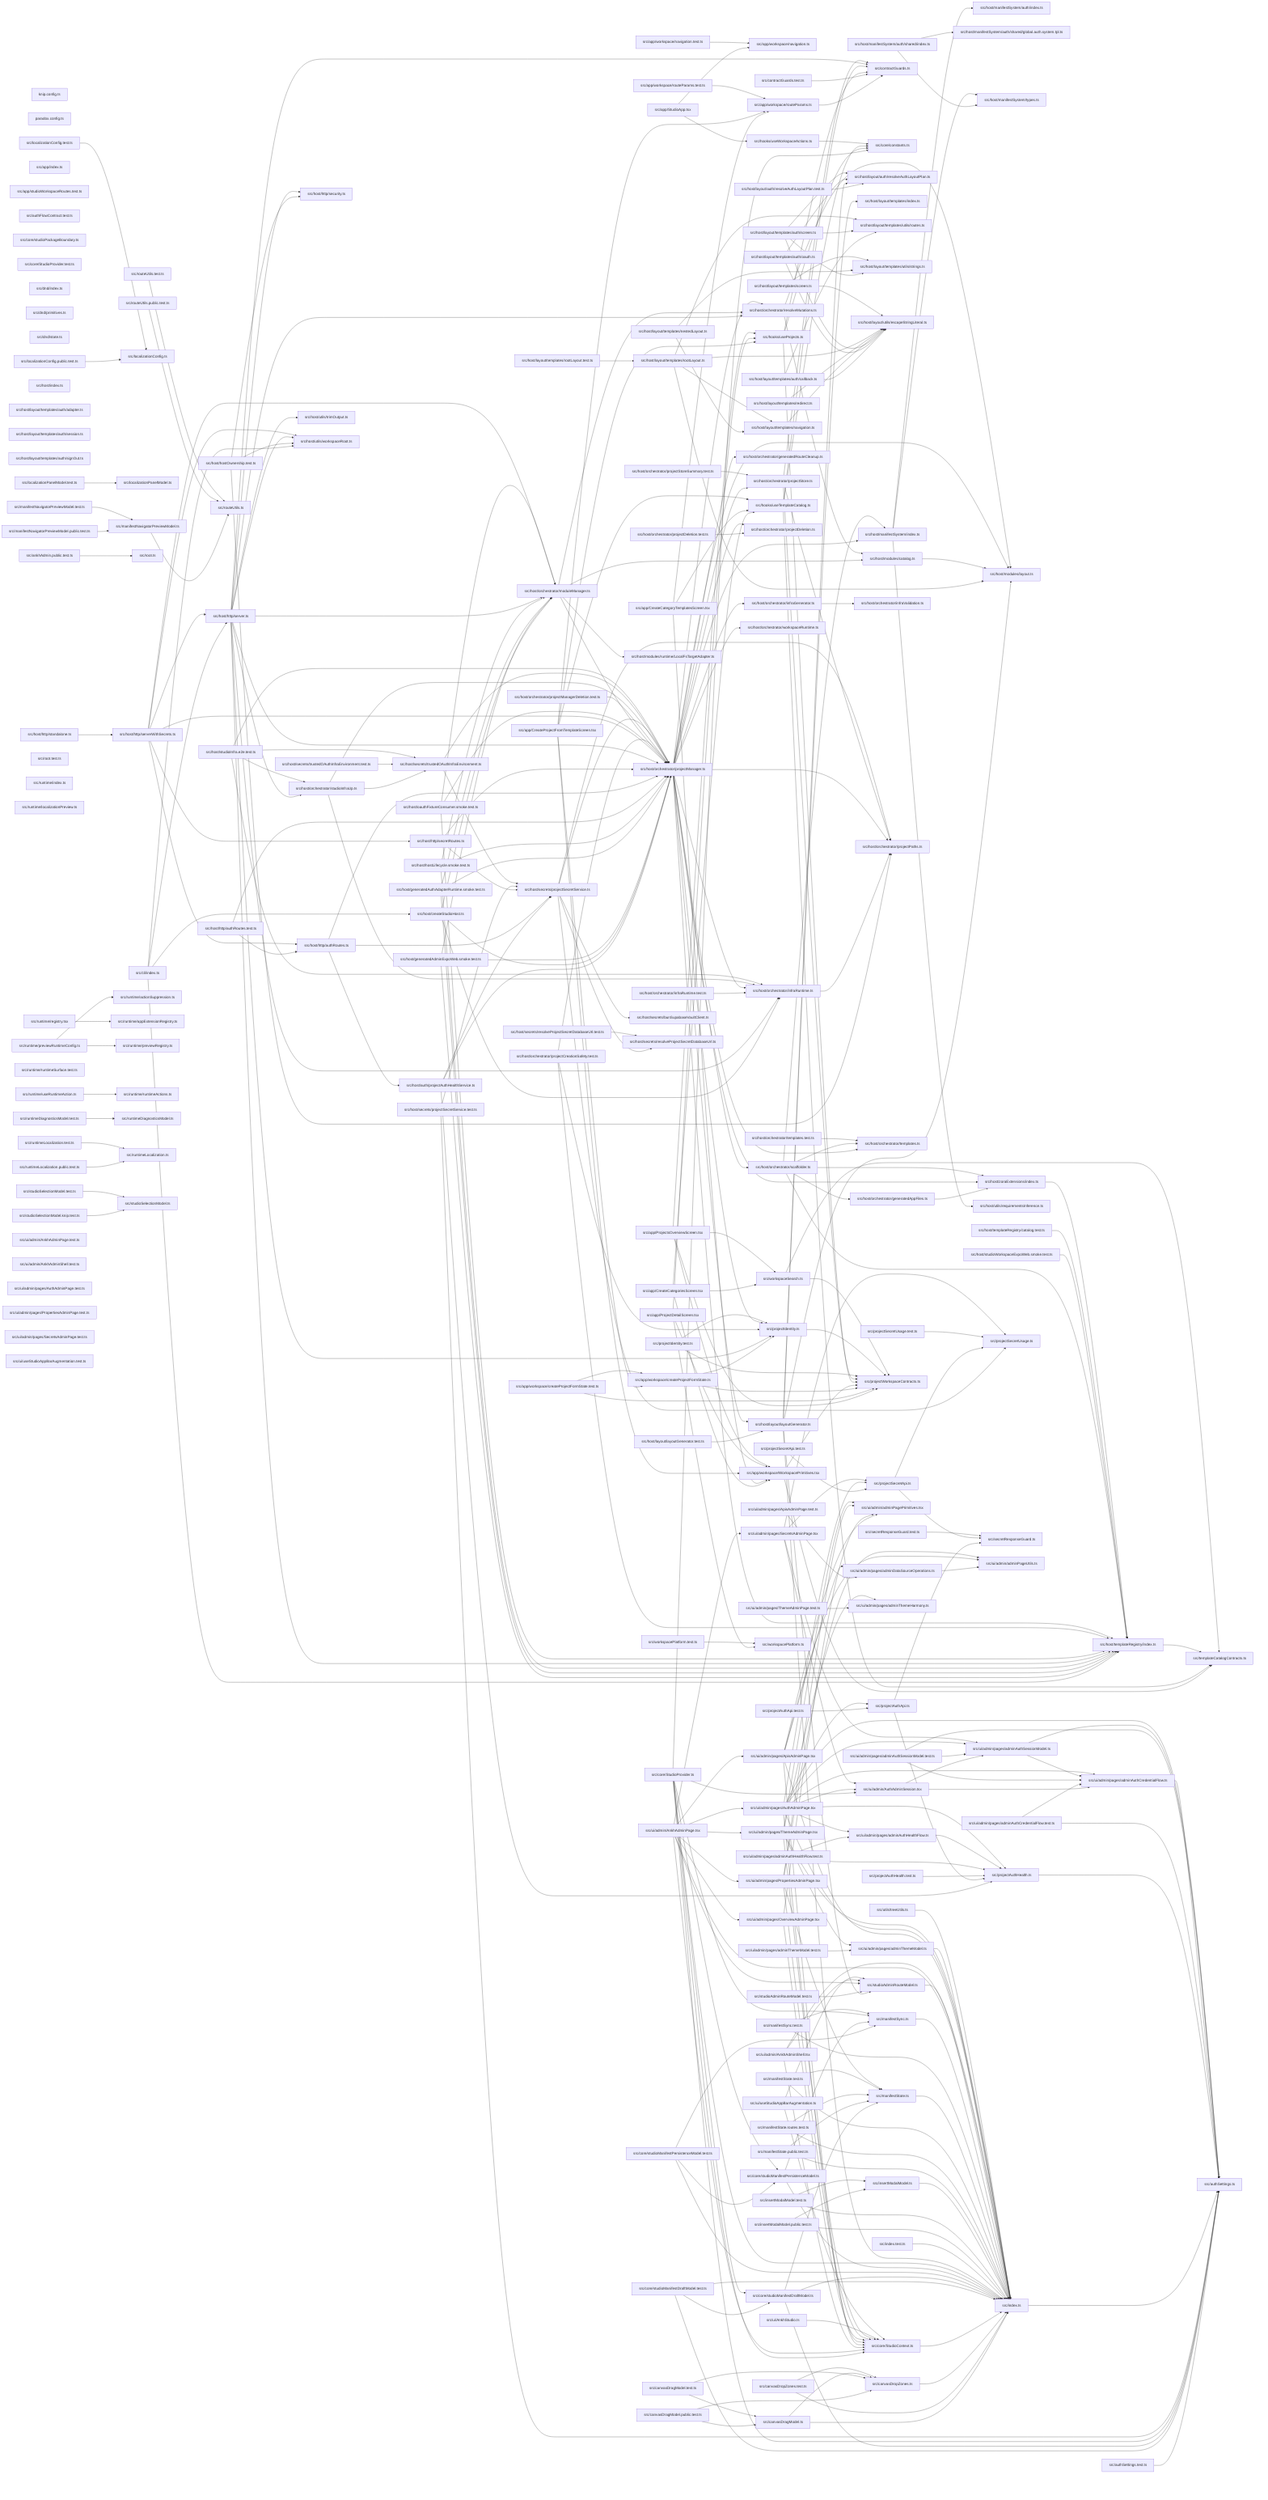
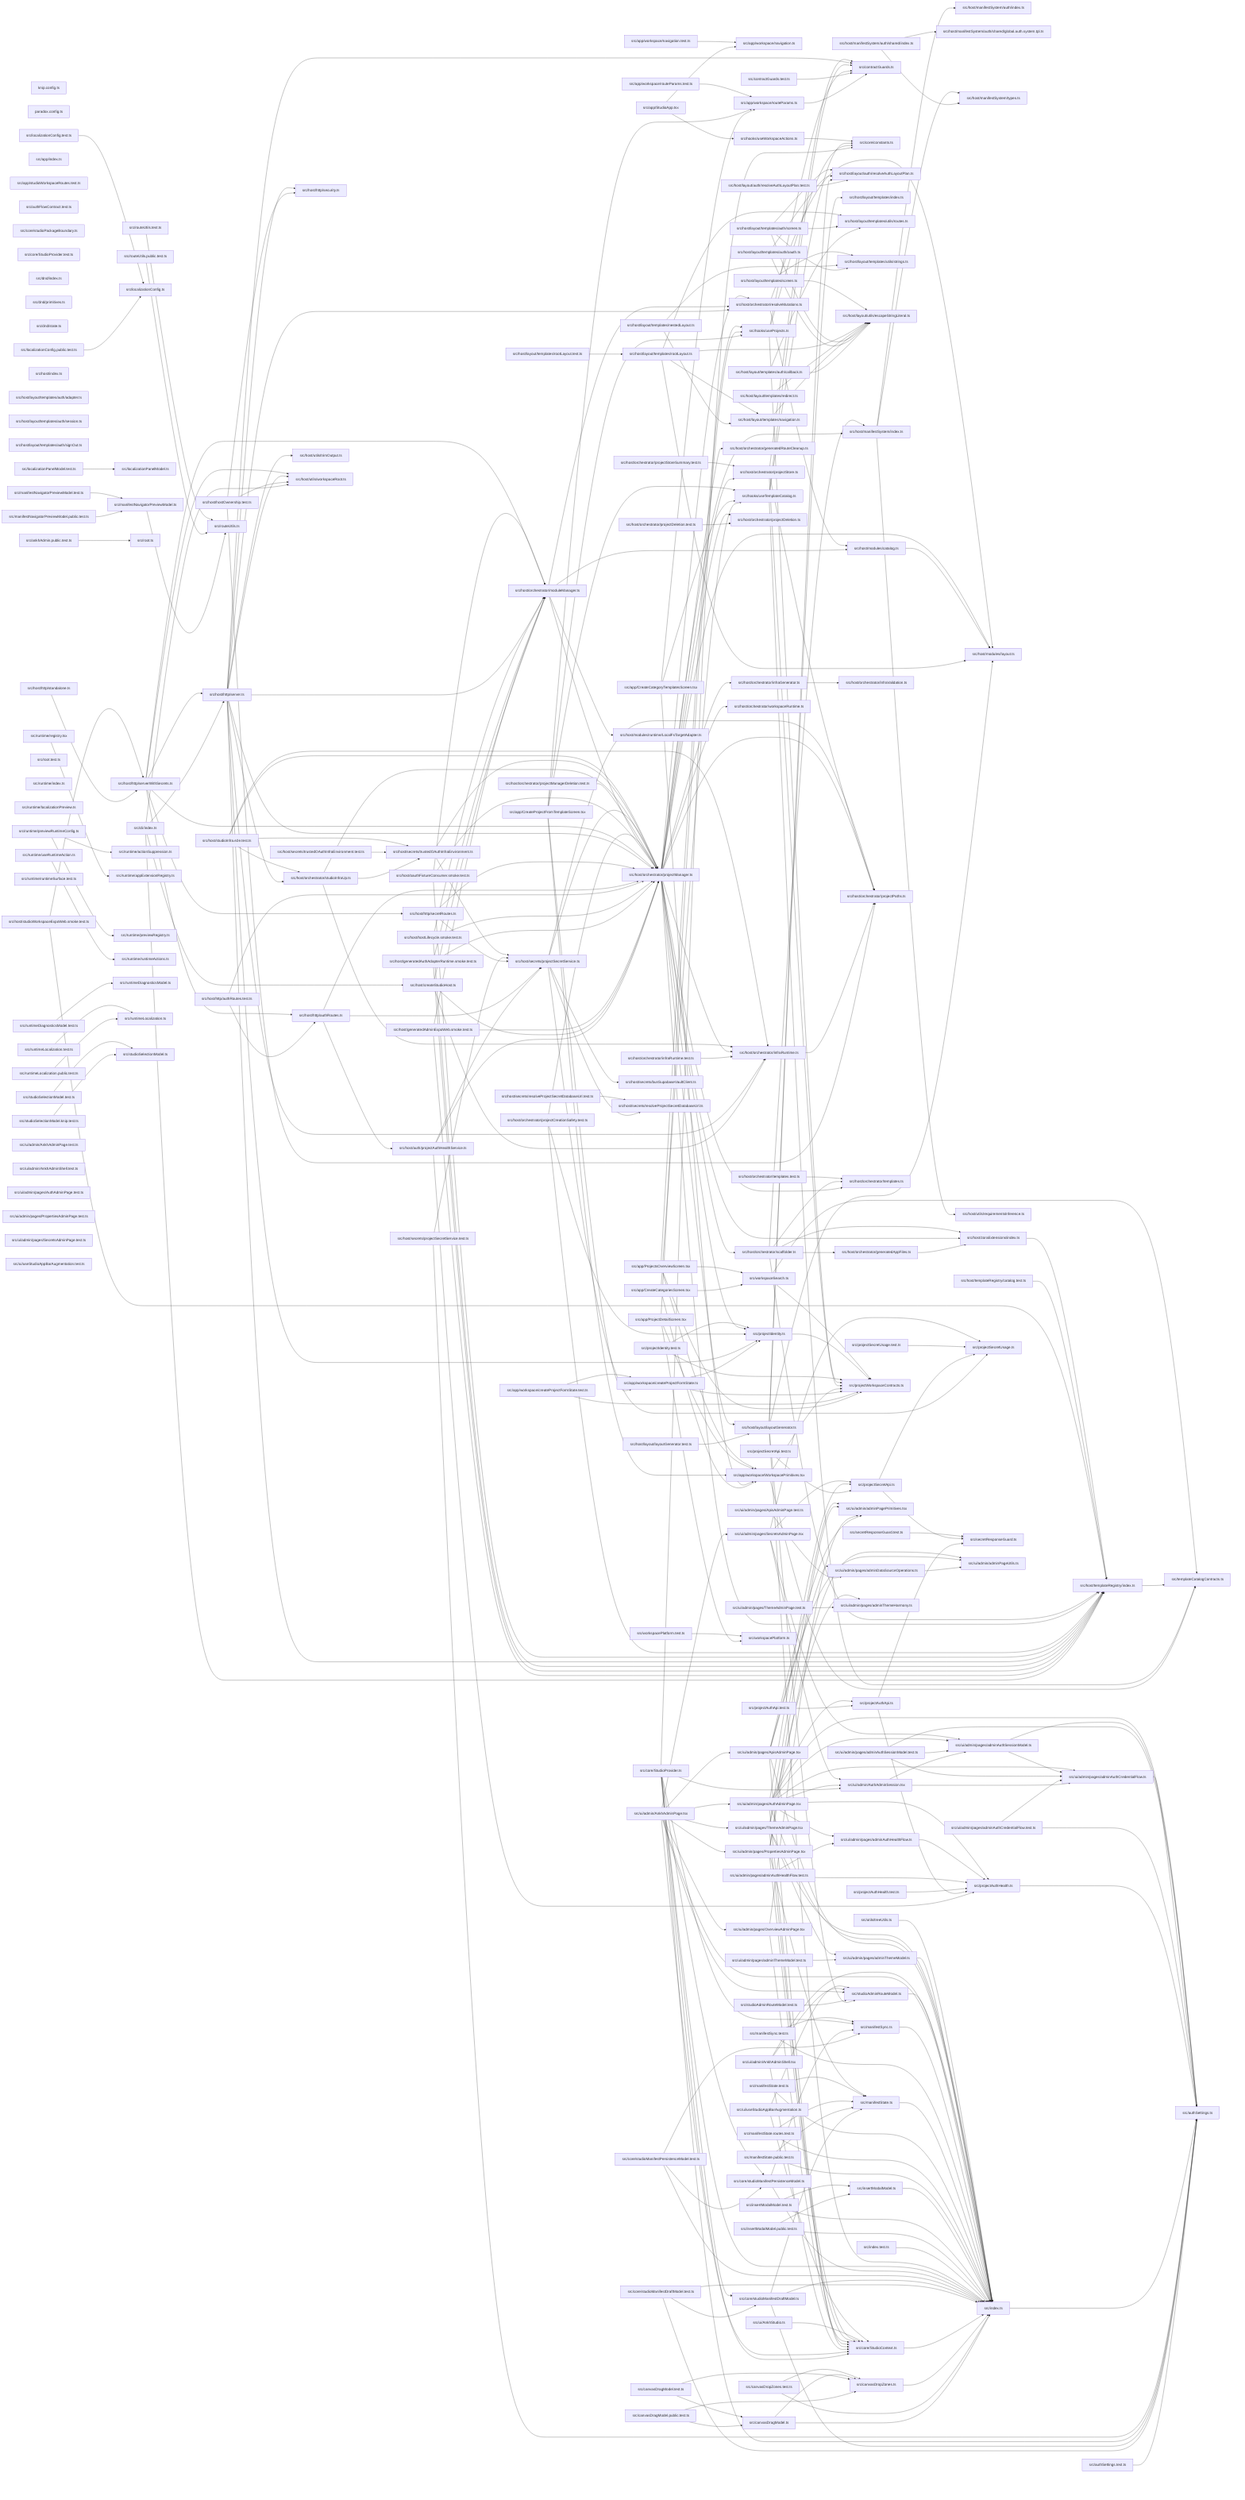
graph LR
  module_knip_config_ts["knip.config.ts"]
  module_paradox_config_ts["paradox.config.ts"]
  module_src_ankhAdmin_public_test_ts["src/ankhAdmin.public.test.ts"]
  module_src_app_CreateCategoriesScreen_tsx["src/app/CreateCategoriesScreen.tsx"]
  module_src_app_CreateCategoryTemplatesScreen_tsx["src/app/CreateCategoryTemplatesScreen.tsx"]
  module_src_app_CreateProjectFromTemplateScreen_tsx["src/app/CreateProjectFromTemplateScreen.tsx"]
  module_src_app_index_ts["src/app/index.ts"]
  module_src_app_ProjectDetailScreen_tsx["src/app/ProjectDetailScreen.tsx"]
  module_src_app_ProjectsOverviewScreen_tsx["src/app/ProjectsOverviewScreen.tsx"]
  module_src_app_StudioApp_tsx["src/app/StudioApp.tsx"]
  module_src_app_studioWorkspaceRoutes_test_ts["src/app/studioWorkspaceRoutes.test.ts"]
  module_src_app_workspace_createProjectFormState_test_ts["src/app/workspace/createProjectFormState.test.ts"]
  module_src_app_workspace_createProjectFormState_ts["src/app/workspace/createProjectFormState.ts"]
  module_src_app_workspace_navigation_test_ts["src/app/workspace/navigation.test.ts"]
  module_src_app_workspace_navigation_ts["src/app/workspace/navigation.ts"]
  module_src_app_workspace_routeParams_test_ts["src/app/workspace/routeParams.test.ts"]
  module_src_app_workspace_routeParams_ts["src/app/workspace/routeParams.ts"]
  module_src_app_workspace_WorkspacePrimitives_tsx["src/app/workspace/WorkspacePrimitives.tsx"]
  module_src_authFlowContract_test_ts["src/authFlowContract.test.ts"]
  module_src_authSettings_test_ts["src/authSettings.test.ts"]
  module_src_authSettings_ts["src/authSettings.ts"]
  module_src_canvasDragModel_public_test_ts["src/canvasDragModel.public.test.ts"]
  module_src_canvasDragModel_test_ts["src/canvasDragModel.test.ts"]
  module_src_canvasDragModel_ts["src/canvasDragModel.ts"]
  module_src_canvasDropZones_test_ts["src/canvasDropZones.test.ts"]
  module_src_canvasDropZones_ts["src/canvasDropZones.ts"]
  module_src_cli_index_ts["src/cli/index.ts"]
  module_src_contractGuards_test_ts["src/contractGuards.test.ts"]
  module_src_contractGuards_ts["src/contractGuards.ts"]
  module_src_core_constants_ts["src/core/constants.ts"]
  module_src_core_StudioContext_ts["src/core/StudioContext.ts"]
  module_src_core_studioManifestDraftModel_test_ts["src/core/studioManifestDraftModel.test.ts"]
  module_src_core_studioManifestDraftModel_ts["src/core/studioManifestDraftModel.ts"]
  module_src_core_studioManifestPersistenceModel_test_ts["src/core/studioManifestPersistenceModel.test.ts"]
  module_src_core_studioManifestPersistenceModel_ts["src/core/studioManifestPersistenceModel.ts"]
  module_src_core_studioPackageBoundary_ts["src/core/studioPackageBoundary.ts"]
  module_src_core_StudioProvider_test_ts["src/core/StudioProvider.test.ts"]
  module_src_core_StudioProvider_ts["src/core/StudioProvider.ts"]
  module_src_dnd_index_ts["src/dnd/index.ts"]
  module_src_dnd_primitives_ts["src/dnd/primitives.ts"]
  module_src_dnd_state_ts["src/dnd/state.ts"]
  module_src_hooks_useProjects_ts["src/hooks/useProjects.ts"]
  module_src_hooks_useTemplateCatalog_ts["src/hooks/useTemplateCatalog.ts"]
  module_src_hooks_useWorkspaceActions_ts["src/hooks/useWorkspaceActions.ts"]
  module_src_host_auth_projectAuthHealthService_ts["src/host/auth/projectAuthHealthService.ts"]
  module_src_host_createStudioHost_ts["src/host/createStudioHost.ts"]
  module_src_host_generatedAdminExpoWeb_smoke_test_ts["src/host/generatedAdminExpoWeb.smoke.test.ts"]
  module_src_host_generatedAuthAdapterRuntime_smoke_test_ts["src/host/generatedAuthAdapterRuntime.smoke.test.ts"]
  module_src_host_hostLifecycle_smoke_test_ts["src/host/hostLifecycle.smoke.test.ts"]
  module_src_host_hostOwnership_test_ts["src/host/hostOwnership.test.ts"]
  module_src_host_http_authRoutes_test_ts["src/host/http/authRoutes.test.ts"]
  module_src_host_http_authRoutes_ts["src/host/http/authRoutes.ts"]
  module_src_host_http_secretRoutes_ts["src/host/http/secretRoutes.ts"]
  module_src_host_http_security_ts["src/host/http/security.ts"]
  module_src_host_http_server_ts["src/host/http/server.ts"]
  module_src_host_http_serverWithSecrets_ts["src/host/http/serverWithSecrets.ts"]
  module_src_host_http_standalone_ts["src/host/http/standalone.ts"]
  module_src_host_index_ts["src/host/index.ts"]
  module_src_host_layout_auth_resolveAuthLayoutPlan_test_ts["src/host/layout/auth/resolveAuthLayoutPlan.test.ts"]
  module_src_host_layout_auth_resolveAuthLayoutPlan_ts["src/host/layout/auth/resolveAuthLayoutPlan.ts"]
  module_src_host_layout_layoutGenerator_test_ts["src/host/layout/layoutGenerator.test.ts"]
  module_src_host_layout_layoutGenerator_ts["src/host/layout/layoutGenerator.ts"]
  module_src_host_layout_templates_auth_adapter_ts["src/host/layout/templates/auth/adapter.ts"]
  module_src_host_layout_templates_auth_callback_ts["src/host/layout/templates/auth/callback.ts"]
  module_src_host_layout_templates_auth_oauth_ts["src/host/layout/templates/auth/oauth.ts"]
  module_src_host_layout_templates_auth_screen_ts["src/host/layout/templates/auth/screen.ts"]
  module_src_host_layout_templates_auth_session_ts["src/host/layout/templates/auth/session.ts"]
  module_src_host_layout_templates_auth_signOut_ts["src/host/layout/templates/auth/signOut.ts"]
  module_src_host_layout_templates_index_ts["src/host/layout/templates/index.ts"]
  module_src_host_layout_templates_navigation_ts["src/host/layout/templates/navigation.ts"]
  module_src_host_layout_templates_nestedLayout_ts["src/host/layout/templates/nestedLayout.ts"]
  module_src_host_layout_templates_redirect_ts["src/host/layout/templates/redirect.ts"]
  module_src_host_layout_templates_rootLayout_test_ts["src/host/layout/templates/rootLayout.test.ts"]
  module_src_host_layout_templates_rootLayout_ts["src/host/layout/templates/rootLayout.ts"]
  module_src_host_layout_templates_screen_ts["src/host/layout/templates/screen.ts"]
  module_src_host_layout_templates_utils_routes_ts["src/host/layout/templates/utils/routes.ts"]
  module_src_host_layout_templates_utils_strings_ts["src/host/layout/templates/utils/strings.ts"]
  module_src_host_layout_utils_escapeStringLiteral_ts["src/host/layout/utils/escapeStringLiteral.ts"]
  module_src_host_manifestSystem_auth_index_ts["src/host/manifestSystem/auth/index.ts"]
  module_src_host_manifestSystem_auth_shared_global_auth_system_tpl_ts["src/host/manifestSystem/auth/shared/global.auth.system.tpl.ts"]
  module_src_host_manifestSystem_auth_shared_index_ts["src/host/manifestSystem/auth/shared/index.ts"]
  module_src_host_manifestSystem_index_ts["src/host/manifestSystem/index.ts"]
  module_src_host_manifestSystem_types_ts["src/host/manifestSystem/types.ts"]
  module_src_host_modules_catalog_ts["src/host/modules/catalog.ts"]
  module_src_host_modules_layout_ts["src/host/modules/layout.ts"]
  module_src_host_modules_runtime_LocalFsTargetAdapter_ts["src/host/modules/runtime/LocalFsTargetAdapter.ts"]
  module_src_host_oauthFixtureConsumer_smoke_test_ts["src/host/oauthFixtureConsumer.smoke.test.ts"]
  module_src_host_orchestrator_generatedAppFiles_ts["src/host/orchestrator/generatedAppFiles.ts"]
  module_src_host_orchestrator_generatedRouteCleanup_ts["src/host/orchestrator/generatedRouteCleanup.ts"]
  module_src_host_orchestrator_infraGenerator_ts["src/host/orchestrator/infraGenerator.ts"]
  module_src_host_orchestrator_infraRuntime_test_ts["src/host/orchestrator/infraRuntime.test.ts"]
  module_src_host_orchestrator_infraRuntime_ts["src/host/orchestrator/infraRuntime.ts"]
  module_src_host_orchestrator_infraValidation_ts["src/host/orchestrator/infraValidation.ts"]
  module_src_host_orchestrator_moduleManager_ts["src/host/orchestrator/moduleManager.ts"]
  module_src_host_orchestrator_projectCreationSafety_test_ts["src/host/orchestrator/projectCreationSafety.test.ts"]
  module_src_host_orchestrator_projectDeletion_test_ts["src/host/orchestrator/projectDeletion.test.ts"]
  module_src_host_orchestrator_projectDeletion_ts["src/host/orchestrator/projectDeletion.ts"]
  module_src_host_orchestrator_projectManager_ts["src/host/orchestrator/projectManager.ts"]
  module_src_host_orchestrator_projectManagerDeletion_test_ts["src/host/orchestrator/projectManagerDeletion.test.ts"]
  module_src_host_orchestrator_projectPaths_ts["src/host/orchestrator/projectPaths.ts"]
  module_src_host_orchestrator_projectStore_ts["src/host/orchestrator/projectStore.ts"]
  module_src_host_orchestrator_projectStoreSummary_test_ts["src/host/orchestrator/projectStoreSummary.test.ts"]
  module_src_host_orchestrator_resolveMutations_ts["src/host/orchestrator/resolveMutations.ts"]
  module_src_host_orchestrator_scaffolder_ts["src/host/orchestrator/scaffolder.ts"]
  module_src_host_orchestrator_studioInfraUp_ts["src/host/orchestrator/studioInfraUp.ts"]
  module_src_host_orchestrator_templates_test_ts["src/host/orchestrator/templates.test.ts"]
  module_src_host_orchestrator_templates_ts["src/host/orchestrator/templates.ts"]
  module_src_host_orchestrator_workspaceRuntime_ts["src/host/orchestrator/workspaceRuntime.ts"]
  module_src_host_secrets_bunSupabaseVaultClient_ts["src/host/secrets/bunSupabaseVaultClient.ts"]
  module_src_host_secrets_projectSecretService_test_ts["src/host/secrets/projectSecretService.test.ts"]
  module_src_host_secrets_projectSecretService_ts["src/host/secrets/projectSecretService.ts"]
  module_src_host_secrets_resolveProjectSecretDatabaseUrl_test_ts["src/host/secrets/resolveProjectSecretDatabaseUrl.test.ts"]
  module_src_host_secrets_resolveProjectSecretDatabaseUrl_ts["src/host/secrets/resolveProjectSecretDatabaseUrl.ts"]
  module_src_host_secrets_trustedOAuthInfraEnvironment_test_ts["src/host/secrets/trustedOAuthInfraEnvironment.test.ts"]
  module_src_host_secrets_trustedOAuthInfraEnvironment_ts["src/host/secrets/trustedOAuthInfraEnvironment.ts"]
  module_src_host_studioInfra_e2e_test_ts["src/host/studioInfra.e2e.test.ts"]
  module_src_host_studioWorkspaceExpoWeb_smoke_test_ts["src/host/studioWorkspaceExpoWeb.smoke.test.ts"]
  module_src_host_templateRegistry_catalog_test_ts["src/host/templateRegistry/catalog.test.ts"]
  module_src_host_templateRegistry_index_ts["src/host/templateRegistry/index.ts"]
  module_src_host_utils_requirementsInference_ts["src/host/utils/requirementsInference.ts"]
  module_src_host_utils_trimOutput_ts["src/host/utils/trimOutput.ts"]
  module_src_host_utils_workspaceRoot_ts["src/host/utils/workspaceRoot.ts"]
  module_src_host_zoraExtensions_index_ts["src/host/zoraExtensions/index.ts"]
  module_src_index_test_ts["src/index.test.ts"]
  module_src_index_ts["src/index.ts"]
  module_src_insertModalModel_public_test_ts["src/insertModalModel.public.test.ts"]
  module_src_insertModalModel_test_ts["src/insertModalModel.test.ts"]
  module_src_insertModalModel_ts["src/insertModalModel.ts"]
  module_src_localizationConfig_public_test_ts["src/localizationConfig.public.test.ts"]
  module_src_localizationConfig_test_ts["src/localizationConfig.test.ts"]
  module_src_localizationConfig_ts["src/localizationConfig.ts"]
  module_src_localizationPanelModel_test_ts["src/localizationPanelModel.test.ts"]
  module_src_localizationPanelModel_ts["src/localizationPanelModel.ts"]
  module_src_manifestNavigatorPreviewModel_public_test_ts["src/manifestNavigatorPreviewModel.public.test.ts"]
  module_src_manifestNavigatorPreviewModel_test_ts["src/manifestNavigatorPreviewModel.test.ts"]
  module_src_manifestNavigatorPreviewModel_ts["src/manifestNavigatorPreviewModel.ts"]
  module_src_manifestState_public_test_ts["src/manifestState.public.test.ts"]
  module_src_manifestState_routes_test_ts["src/manifestState.routes.test.ts"]
  module_src_manifestState_test_ts["src/manifestState.test.ts"]
  module_src_manifestState_ts["src/manifestState.ts"]
  module_src_manifestSync_test_ts["src/manifestSync.test.ts"]
  module_src_manifestSync_ts["src/manifestSync.ts"]
  module_src_projectAuthApi_test_ts["src/projectAuthApi.test.ts"]
  module_src_projectAuthApi_ts["src/projectAuthApi.ts"]
  module_src_projectAuthHealth_test_ts["src/projectAuthHealth.test.ts"]
  module_src_projectAuthHealth_ts["src/projectAuthHealth.ts"]
  module_src_projectIdentity_test_ts["src/projectIdentity.test.ts"]
  module_src_projectIdentity_ts["src/projectIdentity.ts"]
  module_src_projectSecretApi_test_ts["src/projectSecretApi.test.ts"]
  module_src_projectSecretApi_ts["src/projectSecretApi.ts"]
  module_src_projectSecretUsage_test_ts["src/projectSecretUsage.test.ts"]
  module_src_projectSecretUsage_ts["src/projectSecretUsage.ts"]
  module_src_projectWorkspaceContracts_ts["src/projectWorkspaceContracts.ts"]
  module_src_root_test_ts["src/root.test.ts"]
  module_src_root_ts["src/root.ts"]
  module_src_routeUtils_public_test_ts["src/routeUtils.public.test.ts"]
  module_src_routeUtils_test_ts["src/routeUtils.test.ts"]
  module_src_routeUtils_ts["src/routeUtils.ts"]
  module_src_runtime_actionSuppression_ts["src/runtime/actionSuppression.ts"]
  module_src_runtime_appExtensionRegistry_ts["src/runtime/appExtensionRegistry.ts"]
  module_src_runtime_index_ts["src/runtime/index.ts"]
  module_src_runtime_localizationPreview_ts["src/runtime/localizationPreview.ts"]
  module_src_runtime_previewRegistry_ts["src/runtime/previewRegistry.ts"]
  module_src_runtime_previewRuntimeConfig_ts["src/runtime/previewRuntimeConfig.ts"]
  module_src_runtime_registry_tsx["src/runtime/registry.tsx"]
  module_src_runtime_runtimeActions_ts["src/runtime/runtimeActions.ts"]
  module_src_runtime_runtimeSurface_test_ts["src/runtime/runtimeSurface.test.ts"]
  module_src_runtime_useRuntimeAction_ts["src/runtime/useRuntimeAction.ts"]
  module_src_runtimeDiagnosticsModel_test_ts["src/runtimeDiagnosticsModel.test.ts"]
  module_src_runtimeDiagnosticsModel_ts["src/runtimeDiagnosticsModel.ts"]
  module_src_runtimeLocalization_public_test_ts["src/runtimeLocalization.public.test.ts"]
  module_src_runtimeLocalization_test_ts["src/runtimeLocalization.test.ts"]
  module_src_runtimeLocalization_ts["src/runtimeLocalization.ts"]
  module_src_secretResponseGuard_test_ts["src/secretResponseGuard.test.ts"]
  module_src_secretResponseGuard_ts["src/secretResponseGuard.ts"]
  module_src_studioAdminRouteModel_test_ts["src/studioAdminRouteModel.test.ts"]
  module_src_studioAdminRouteModel_ts["src/studioAdminRouteModel.ts"]
  module_src_studioSelectionModel_knip_test_ts["src/studioSelectionModel.knip.test.ts"]
  module_src_studioSelectionModel_test_ts["src/studioSelectionModel.test.ts"]
  module_src_studioSelectionModel_ts["src/studioSelectionModel.ts"]
  module_src_templateCatalogContracts_ts["src/templateCatalogContracts.ts"]
  module_src_ui_admin_adminPagePrimitives_tsx["src/ui/admin/adminPagePrimitives.tsx"]
  module_src_ui_admin_adminPageUtils_ts["src/ui/admin/adminPageUtils.ts"]
  module_src_ui_admin_AnkhAdminPage_test_ts["src/ui/admin/AnkhAdminPage.test.ts"]
  module_src_ui_admin_AnkhAdminPage_tsx["src/ui/admin/AnkhAdminPage.tsx"]
  module_src_ui_admin_AnkhAdminShell_test_ts["src/ui/admin/AnkhAdminShell.test.ts"]
  module_src_ui_admin_AnkhAdminShell_tsx["src/ui/admin/AnkhAdminShell.tsx"]
  module_src_ui_admin_AuthAdminSession_tsx["src/ui/admin/AuthAdminSession.tsx"]
  module_src_ui_admin_pages_adminAuthCredentialFlow_test_ts["src/ui/admin/pages/adminAuthCredentialFlow.test.ts"]
  module_src_ui_admin_pages_adminAuthCredentialFlow_ts["src/ui/admin/pages/adminAuthCredentialFlow.ts"]
  module_src_ui_admin_pages_adminAuthHealthFlow_test_ts["src/ui/admin/pages/adminAuthHealthFlow.test.ts"]
  module_src_ui_admin_pages_adminAuthHealthFlow_ts["src/ui/admin/pages/adminAuthHealthFlow.ts"]
  module_src_ui_admin_pages_adminAuthSessionModel_test_ts["src/ui/admin/pages/adminAuthSessionModel.test.ts"]
  module_src_ui_admin_pages_adminAuthSessionModel_ts["src/ui/admin/pages/adminAuthSessionModel.ts"]
  module_src_ui_admin_pages_adminDataSourceOperations_ts["src/ui/admin/pages/adminDataSourceOperations.ts"]
  module_src_ui_admin_pages_adminThemeHarmony_ts["src/ui/admin/pages/adminThemeHarmony.ts"]
  module_src_ui_admin_pages_adminThemeModel_test_ts["src/ui/admin/pages/adminThemeModel.test.ts"]
  module_src_ui_admin_pages_adminThemeModel_ts["src/ui/admin/pages/adminThemeModel.ts"]
  module_src_ui_admin_pages_ApisAdminPage_test_ts["src/ui/admin/pages/ApisAdminPage.test.ts"]
  module_src_ui_admin_pages_ApisAdminPage_tsx["src/ui/admin/pages/ApisAdminPage.tsx"]
  module_src_ui_admin_pages_AuthAdminPage_test_ts["src/ui/admin/pages/AuthAdminPage.test.ts"]
  module_src_ui_admin_pages_AuthAdminPage_tsx["src/ui/admin/pages/AuthAdminPage.tsx"]
  module_src_ui_admin_pages_OverviewAdminPage_tsx["src/ui/admin/pages/OverviewAdminPage.tsx"]
  module_src_ui_admin_pages_PropertiesAdminPage_test_ts["src/ui/admin/pages/PropertiesAdminPage.test.ts"]
  module_src_ui_admin_pages_PropertiesAdminPage_tsx["src/ui/admin/pages/PropertiesAdminPage.tsx"]
  module_src_ui_admin_pages_SecretsAdminPage_test_ts["src/ui/admin/pages/SecretsAdminPage.test.ts"]
  module_src_ui_admin_pages_SecretsAdminPage_tsx["src/ui/admin/pages/SecretsAdminPage.tsx"]
  module_src_ui_admin_pages_ThemeAdminPage_test_ts["src/ui/admin/pages/ThemeAdminPage.test.ts"]
  module_src_ui_admin_pages_ThemeAdminPage_tsx["src/ui/admin/pages/ThemeAdminPage.tsx"]
  module_src_ui_AnkhStudio_ts["src/ui/AnkhStudio.ts"]
  module_src_ui_useStudioAppBarAugmentation_test_ts["src/ui/useStudioAppBarAugmentation.test.ts"]
  module_src_ui_useStudioAppBarAugmentation_ts["src/ui/useStudioAppBarAugmentation.ts"]
  module_src_utils_treeUtils_ts["src/utils/treeUtils.ts"]
  module_src_workspacePlatform_test_ts["src/workspacePlatform.test.ts"]
  module_src_workspacePlatform_ts["src/workspacePlatform.ts"]
  module_src_workspaceSearch_ts["src/workspaceSearch.ts"]
  module_src_ankhAdmin_public_test_ts --> module_src_root_ts
  module_src_app_CreateCategoriesScreen_tsx --> module_src_app_workspace_WorkspacePrimitives_tsx
  module_src_app_CreateCategoriesScreen_tsx --> module_src_hooks_useTemplateCatalog_ts
  module_src_app_CreateCategoriesScreen_tsx --> module_src_workspaceSearch_ts
  module_src_app_CreateCategoryTemplatesScreen_tsx --> module_src_app_workspace_routeParams_ts
  module_src_app_CreateCategoryTemplatesScreen_tsx --> module_src_app_workspace_WorkspacePrimitives_tsx
  module_src_app_CreateCategoryTemplatesScreen_tsx --> module_src_hooks_useTemplateCatalog_ts
  module_src_app_CreateProjectFromTemplateScreen_tsx --> module_src_app_workspace_createProjectFormState_ts
  module_src_app_CreateProjectFromTemplateScreen_tsx --> module_src_app_workspace_routeParams_ts
  module_src_app_CreateProjectFromTemplateScreen_tsx --> module_src_app_workspace_WorkspacePrimitives_tsx
  module_src_app_CreateProjectFromTemplateScreen_tsx --> module_src_hooks_useProjects_ts
  module_src_app_CreateProjectFromTemplateScreen_tsx --> module_src_hooks_useTemplateCatalog_ts
  module_src_app_ProjectDetailScreen_tsx --> module_src_app_workspace_WorkspacePrimitives_tsx
  module_src_app_ProjectDetailScreen_tsx --> module_src_hooks_useProjects_ts
  module_src_app_ProjectDetailScreen_tsx --> module_src_workspacePlatform_ts
  module_src_app_ProjectsOverviewScreen_tsx --> module_src_app_workspace_WorkspacePrimitives_tsx
  module_src_app_ProjectsOverviewScreen_tsx --> module_src_hooks_useProjects_ts
  module_src_app_ProjectsOverviewScreen_tsx --> module_src_projectWorkspaceContracts_ts
  module_src_app_ProjectsOverviewScreen_tsx --> module_src_workspaceSearch_ts
  module_src_app_StudioApp_tsx --> module_src_app_workspace_navigation_ts
  module_src_app_StudioApp_tsx --> module_src_hooks_useWorkspaceActions_ts
  module_src_app_workspace_createProjectFormState_test_ts --> module_src_app_workspace_createProjectFormState_ts
  module_src_app_workspace_createProjectFormState_test_ts --> module_src_projectWorkspaceContracts_ts
  module_src_app_workspace_createProjectFormState_ts --> module_src_projectIdentity_ts
  module_src_app_workspace_createProjectFormState_ts --> module_src_projectWorkspaceContracts_ts
  module_src_app_workspace_navigation_test_ts --> module_src_app_workspace_navigation_ts
  module_src_app_workspace_routeParams_test_ts --> module_src_app_workspace_routeParams_ts
  module_src_app_workspace_routeParams_ts --> module_src_contractGuards_ts
  module_src_app_workspace_WorkspacePrimitives_tsx --> module_src_projectWorkspaceContracts_ts
  module_src_app_workspace_WorkspacePrimitives_tsx --> module_src_templateCatalogContracts_ts
  module_src_authSettings_test_ts --> module_src_authSettings_ts
  module_src_canvasDragModel_public_test_ts --> module_src_canvasDragModel_ts
  module_src_canvasDragModel_public_test_ts --> module_src_canvasDropZones_ts
  module_src_canvasDragModel_test_ts --> module_src_canvasDragModel_ts
  module_src_canvasDragModel_test_ts --> module_src_canvasDropZones_ts
  module_src_canvasDragModel_ts --> module_src_canvasDropZones_ts
  module_src_canvasDragModel_ts --> module_src_index_ts
  module_src_canvasDropZones_test_ts --> module_src_canvasDropZones_ts
  module_src_canvasDropZones_test_ts --> module_src_index_ts
  module_src_canvasDropZones_ts --> module_src_index_ts
  module_src_cli_index_ts --> module_src_host_createStudioHost_ts
  module_src_cli_index_ts --> module_src_host_http_server_ts
  module_src_cli_index_ts --> module_src_host_templateRegistry_index_ts
  module_src_cli_index_ts --> module_src_host_utils_workspaceRoot_ts
  module_src_contractGuards_test_ts --> module_src_contractGuards_ts
  module_src_core_StudioContext_ts --> module_src_index_ts
  module_src_core_studioManifestDraftModel_test_ts --> module_src_authSettings_ts
  module_src_core_studioManifestDraftModel_test_ts --> module_src_core_studioManifestDraftModel_ts
  module_src_core_studioManifestDraftModel_test_ts --> module_src_index_ts
  module_src_core_studioManifestDraftModel_ts --> module_src_authSettings_ts
  module_src_core_studioManifestDraftModel_ts --> module_src_index_ts
  module_src_core_studioManifestDraftModel_ts --> module_src_manifestState_ts
  module_src_core_studioManifestPersistenceModel_test_ts --> module_src_core_studioManifestPersistenceModel_ts
  module_src_core_studioManifestPersistenceModel_test_ts --> module_src_index_ts
  module_src_core_studioManifestPersistenceModel_test_ts --> module_src_manifestSync_ts
  module_src_core_studioManifestPersistenceModel_ts --> module_src_index_ts
  module_src_core_studioManifestPersistenceModel_ts --> module_src_manifestSync_ts
  module_src_core_StudioProvider_ts --> module_src_authSettings_ts
  module_src_core_StudioProvider_ts --> module_src_core_constants_ts
  module_src_core_StudioProvider_ts --> module_src_core_StudioContext_ts
  module_src_core_StudioProvider_ts --> module_src_core_studioManifestDraftModel_ts
  module_src_core_StudioProvider_ts --> module_src_core_studioManifestPersistenceModel_ts
  module_src_core_StudioProvider_ts --> module_src_index_ts
  module_src_core_StudioProvider_ts --> module_src_manifestSync_ts
  module_src_core_StudioProvider_ts --> module_src_ui_admin_AuthAdminSession_tsx
  module_src_hooks_useProjects_ts --> module_src_contractGuards_ts
  module_src_hooks_useProjects_ts --> module_src_core_constants_ts
  module_src_hooks_useProjects_ts --> module_src_projectWorkspaceContracts_ts
  module_src_hooks_useTemplateCatalog_ts --> module_src_contractGuards_ts
  module_src_hooks_useTemplateCatalog_ts --> module_src_core_constants_ts
  module_src_hooks_useTemplateCatalog_ts --> module_src_templateCatalogContracts_ts
  module_src_hooks_useWorkspaceActions_ts --> module_src_core_constants_ts
  module_src_host_auth_projectAuthHealthService_ts --> module_src_host_orchestrator_projectManager_ts
  module_src_host_auth_projectAuthHealthService_ts --> module_src_host_secrets_projectSecretService_ts
  module_src_host_auth_projectAuthHealthService_ts --> module_src_projectAuthHealth_ts
  module_src_host_createStudioHost_ts --> module_src_host_orchestrator_infraRuntime_ts
  module_src_host_createStudioHost_ts --> module_src_host_orchestrator_moduleManager_ts
  module_src_host_createStudioHost_ts --> module_src_host_orchestrator_projectManager_ts
  module_src_host_generatedAdminExpoWeb_smoke_test_ts --> module_src_host_orchestrator_moduleManager_ts
  module_src_host_generatedAdminExpoWeb_smoke_test_ts --> module_src_host_orchestrator_projectManager_ts
  module_src_host_generatedAdminExpoWeb_smoke_test_ts --> module_src_host_templateRegistry_index_ts
  module_src_host_generatedAuthAdapterRuntime_smoke_test_ts --> module_src_host_orchestrator_moduleManager_ts
  module_src_host_generatedAuthAdapterRuntime_smoke_test_ts --> module_src_host_orchestrator_projectManager_ts
  module_src_host_generatedAuthAdapterRuntime_smoke_test_ts --> module_src_host_templateRegistry_index_ts
  module_src_host_hostLifecycle_smoke_test_ts --> module_src_host_orchestrator_moduleManager_ts
  module_src_host_hostLifecycle_smoke_test_ts --> module_src_host_orchestrator_projectManager_ts
  module_src_host_hostLifecycle_smoke_test_ts --> module_src_host_templateRegistry_index_ts
  module_src_host_hostOwnership_test_ts --> module_src_host_http_security_ts
  module_src_host_hostOwnership_test_ts --> module_src_host_orchestrator_projectPaths_ts
  module_src_host_hostOwnership_test_ts --> module_src_host_utils_workspaceRoot_ts
  module_src_host_http_authRoutes_test_ts --> module_src_host_http_authRoutes_ts
  module_src_host_http_authRoutes_test_ts --> module_src_host_orchestrator_projectManager_ts
  module_src_host_http_authRoutes_ts --> module_src_host_auth_projectAuthHealthService_ts
  module_src_host_http_authRoutes_ts --> module_src_host_orchestrator_projectManager_ts
  module_src_host_http_authRoutes_ts --> module_src_host_secrets_projectSecretService_ts
  module_src_host_http_secretRoutes_ts --> module_src_host_orchestrator_projectManager_ts
  module_src_host_http_secretRoutes_ts --> module_src_host_secrets_projectSecretService_ts
  module_src_host_http_server_ts --> module_src_contractGuards_ts
  module_src_host_http_server_ts --> module_src_host_http_security_ts
  module_src_host_http_server_ts --> module_src_host_orchestrator_infraRuntime_ts
  module_src_host_http_server_ts --> module_src_host_orchestrator_moduleManager_ts
  module_src_host_http_server_ts --> module_src_host_orchestrator_projectManager_ts
  module_src_host_http_server_ts --> module_src_host_orchestrator_resolveMutations_ts
  module_src_host_http_server_ts --> module_src_host_orchestrator_studioInfraUp_ts
  module_src_host_http_server_ts --> module_src_host_templateRegistry_index_ts
  module_src_host_http_server_ts --> module_src_host_utils_trimOutput_ts
  module_src_host_http_server_ts --> module_src_host_utils_workspaceRoot_ts
  module_src_host_http_server_ts --> module_src_projectIdentity_ts
  module_src_host_http_serverWithSecrets_ts --> module_src_host_http_authRoutes_ts
  module_src_host_http_serverWithSecrets_ts --> module_src_host_http_secretRoutes_ts
  module_src_host_http_serverWithSecrets_ts --> module_src_host_http_server_ts
  module_src_host_http_serverWithSecrets_ts --> module_src_host_orchestrator_moduleManager_ts
  module_src_host_http_serverWithSecrets_ts --> module_src_host_orchestrator_projectManager_ts
  module_src_host_http_serverWithSecrets_ts --> module_src_host_utils_workspaceRoot_ts
  module_src_host_http_standalone_ts --> module_src_host_http_serverWithSecrets_ts
  module_src_host_layout_auth_resolveAuthLayoutPlan_test_ts --> module_src_host_layout_auth_resolveAuthLayoutPlan_ts
  module_src_host_layout_layoutGenerator_test_ts --> module_src_host_layout_layoutGenerator_ts
  module_src_host_layout_layoutGenerator_ts --> module_src_host_layout_auth_resolveAuthLayoutPlan_ts
  module_src_host_layout_layoutGenerator_ts --> module_src_host_layout_templates_index_ts
  module_src_host_layout_layoutGenerator_ts --> module_src_host_modules_layout_ts
  module_src_host_layout_layoutGenerator_ts --> module_src_index_ts
  module_src_host_layout_layoutGenerator_ts --> module_src_studioAdminRouteModel_ts
  module_src_host_layout_templates_auth_callback_ts --> module_src_host_layout_templates_utils_routes_ts
  module_src_host_layout_templates_auth_callback_ts --> module_src_host_layout_utils_escapeStringLiteral_ts
  module_src_host_layout_templates_auth_oauth_ts --> module_src_host_layout_auth_resolveAuthLayoutPlan_ts
  module_src_host_layout_templates_auth_oauth_ts --> module_src_host_layout_utils_escapeStringLiteral_ts
  module_src_host_layout_templates_auth_screen_ts --> module_src_host_layout_auth_resolveAuthLayoutPlan_ts
  module_src_host_layout_templates_auth_screen_ts --> module_src_host_layout_templates_utils_routes_ts
  module_src_host_layout_templates_auth_screen_ts --> module_src_host_layout_templates_utils_strings_ts
  module_src_host_layout_templates_auth_screen_ts --> module_src_host_layout_utils_escapeStringLiteral_ts
  module_src_host_layout_templates_navigation_ts --> module_src_host_layout_utils_escapeStringLiteral_ts
  module_src_host_layout_templates_nestedLayout_ts --> module_src_host_layout_templates_navigation_ts
  module_src_host_layout_templates_nestedLayout_ts --> module_src_host_layout_templates_utils_strings_ts
  module_src_host_layout_templates_redirect_ts --> module_src_host_layout_utils_escapeStringLiteral_ts
  module_src_host_layout_templates_rootLayout_test_ts --> module_src_host_layout_templates_rootLayout_ts
  module_src_host_layout_templates_rootLayout_ts --> module_src_host_layout_templates_navigation_ts
  module_src_host_layout_templates_rootLayout_ts --> module_src_host_layout_templates_utils_routes_ts
  module_src_host_layout_templates_rootLayout_ts --> module_src_host_layout_utils_escapeStringLiteral_ts
  module_src_host_layout_templates_rootLayout_ts --> module_src_host_modules_layout_ts
  module_src_host_layout_templates_screen_ts --> module_src_host_layout_templates_utils_strings_ts
  module_src_host_layout_templates_screen_ts --> module_src_host_layout_utils_escapeStringLiteral_ts
  module_src_host_manifestSystem_auth_shared_index_ts --> module_src_host_manifestSystem_auth_shared_global_auth_system_tpl_ts
  module_src_host_manifestSystem_auth_shared_index_ts --> module_src_host_manifestSystem_types_ts
  module_src_host_manifestSystem_index_ts --> module_src_host_manifestSystem_auth_index_ts
  module_src_host_manifestSystem_index_ts --> module_src_host_manifestSystem_types_ts
  module_src_host_manifestSystem_index_ts --> module_src_host_utils_requirementsInference_ts
  module_src_host_modules_catalog_ts --> module_src_host_modules_layout_ts
  module_src_host_oauthFixtureConsumer_smoke_test_ts --> module_src_host_orchestrator_moduleManager_ts
  module_src_host_oauthFixtureConsumer_smoke_test_ts --> module_src_host_orchestrator_projectManager_ts
  module_src_host_oauthFixtureConsumer_smoke_test_ts --> module_src_host_templateRegistry_index_ts
  module_src_host_orchestrator_generatedAppFiles_ts --> module_src_host_zoraExtensions_index_ts
  module_src_host_orchestrator_infraGenerator_ts --> module_src_host_orchestrator_infraValidation_ts
  module_src_host_orchestrator_infraRuntime_test_ts --> module_src_host_orchestrator_infraRuntime_ts
  module_src_host_orchestrator_infraRuntime_ts --> module_src_host_orchestrator_projectPaths_ts
  module_src_host_orchestrator_moduleManager_ts --> module_src_host_modules_catalog_ts
  module_src_host_orchestrator_moduleManager_ts --> module_src_host_modules_runtime_LocalFsTargetAdapter_ts
  module_src_host_orchestrator_moduleManager_ts --> module_src_host_orchestrator_projectManager_ts
  module_src_host_orchestrator_moduleManager_ts --> module_src_host_orchestrator_resolveMutations_ts
  module_src_host_orchestrator_projectCreationSafety_test_ts --> module_src_host_orchestrator_projectManager_ts
  module_src_host_orchestrator_projectCreationSafety_test_ts --> module_src_host_templateRegistry_index_ts
  module_src_host_orchestrator_projectCreationSafety_test_ts --> module_src_projectIdentity_ts
  module_src_host_orchestrator_projectDeletion_test_ts --> module_src_host_orchestrator_projectDeletion_ts
  module_src_host_orchestrator_projectManager_ts --> module_src_host_layout_layoutGenerator_ts
  module_src_host_orchestrator_projectManager_ts --> module_src_host_manifestSystem_index_ts
  module_src_host_orchestrator_projectManager_ts --> module_src_host_modules_layout_ts
  module_src_host_orchestrator_projectManager_ts --> module_src_host_orchestrator_generatedRouteCleanup_ts
  module_src_host_orchestrator_projectManager_ts --> module_src_host_orchestrator_infraGenerator_ts
  module_src_host_orchestrator_projectManager_ts --> module_src_host_orchestrator_infraRuntime_ts
  module_src_host_orchestrator_projectManager_ts --> module_src_host_orchestrator_projectDeletion_ts
  module_src_host_orchestrator_projectManager_ts --> module_src_host_orchestrator_projectPaths_ts
  module_src_host_orchestrator_projectManager_ts --> module_src_host_orchestrator_projectStore_ts
  module_src_host_orchestrator_projectManager_ts --> module_src_host_orchestrator_resolveMutations_ts
  module_src_host_orchestrator_projectManager_ts --> module_src_host_orchestrator_scaffolder_ts
  module_src_host_orchestrator_projectManager_ts --> module_src_host_orchestrator_templates_ts
  module_src_host_orchestrator_projectManager_ts --> module_src_host_orchestrator_workspaceRuntime_ts
  module_src_host_orchestrator_projectManager_ts --> module_src_host_templateRegistry_index_ts
  module_src_host_orchestrator_projectManager_ts --> module_src_host_zoraExtensions_index_ts
  module_src_host_orchestrator_projectManager_ts --> module_src_projectIdentity_ts
  module_src_host_orchestrator_projectManagerDeletion_test_ts --> module_src_host_orchestrator_projectManager_ts
  module_src_host_orchestrator_projectStore_ts --> module_src_contractGuards_ts
  module_src_host_orchestrator_projectStore_ts --> module_src_host_orchestrator_projectPaths_ts
  module_src_host_orchestrator_projectStore_ts --> module_src_projectWorkspaceContracts_ts
  module_src_host_orchestrator_projectStoreSummary_test_ts --> module_src_host_orchestrator_projectStore_ts
  module_src_host_orchestrator_resolveMutations_ts --> module_src_host_modules_catalog_ts
  module_src_host_orchestrator_resolveMutations_ts --> module_src_host_modules_layout_ts
  module_src_host_orchestrator_scaffolder_ts --> module_src_host_manifestSystem_index_ts
  module_src_host_orchestrator_scaffolder_ts --> module_src_host_orchestrator_generatedAppFiles_ts
  module_src_host_orchestrator_scaffolder_ts --> module_src_host_orchestrator_templates_ts
  module_src_host_orchestrator_scaffolder_ts --> module_src_host_templateRegistry_index_ts
  module_src_host_orchestrator_scaffolder_ts --> module_src_host_zoraExtensions_index_ts
  module_src_host_orchestrator_studioInfraUp_ts --> module_src_host_orchestrator_infraRuntime_ts
  module_src_host_orchestrator_studioInfraUp_ts --> module_src_host_orchestrator_projectManager_ts
  module_src_host_orchestrator_studioInfraUp_ts --> module_src_host_secrets_trustedOAuthInfraEnvironment_ts
  module_src_host_orchestrator_templates_test_ts --> module_src_host_orchestrator_templates_ts
  module_src_host_secrets_projectSecretService_test_ts --> module_src_authSettings_ts
  module_src_host_secrets_projectSecretService_test_ts --> module_src_host_secrets_projectSecretService_ts
  module_src_host_secrets_projectSecretService_ts --> module_src_host_orchestrator_projectManager_ts
  module_src_host_secrets_projectSecretService_ts --> module_src_host_orchestrator_projectPaths_ts
  module_src_host_secrets_projectSecretService_ts --> module_src_host_secrets_bunSupabaseVaultClient_ts
  module_src_host_secrets_projectSecretService_ts --> module_src_host_secrets_resolveProjectSecretDatabaseUrl_ts
  module_src_host_secrets_projectSecretService_ts --> module_src_projectSecretUsage_ts
  module_src_host_secrets_resolveProjectSecretDatabaseUrl_test_ts --> module_src_host_secrets_resolveProjectSecretDatabaseUrl_ts
  module_src_host_secrets_trustedOAuthInfraEnvironment_test_ts --> module_src_host_secrets_trustedOAuthInfraEnvironment_ts
  module_src_host_secrets_trustedOAuthInfraEnvironment_ts --> module_src_host_orchestrator_projectManager_ts
  module_src_host_secrets_trustedOAuthInfraEnvironment_ts --> module_src_host_secrets_projectSecretService_ts
  module_src_host_studioInfra_e2e_test_ts --> module_src_host_orchestrator_infraRuntime_ts
  module_src_host_studioInfra_e2e_test_ts --> module_src_host_orchestrator_projectManager_ts
  module_src_host_studioInfra_e2e_test_ts --> module_src_host_orchestrator_studioInfraUp_ts
  module_src_host_studioInfra_e2e_test_ts --> module_src_host_secrets_trustedOAuthInfraEnvironment_ts
+   module_src_host_studioWorkspaceExpoWeb_smoke_test_ts --> module_src_host_http_serverWithSecrets_ts
  module_src_host_studioWorkspaceExpoWeb_smoke_test_ts --> module_src_host_templateRegistry_index_ts
  module_src_host_templateRegistry_catalog_test_ts --> module_src_host_templateRegistry_index_ts
  module_src_host_templateRegistry_index_ts --> module_src_templateCatalogContracts_ts
  module_src_host_zoraExtensions_index_ts --> module_src_host_templateRegistry_index_ts
  module_src_index_test_ts --> module_src_index_ts
  module_src_index_ts --> module_src_authSettings_ts
  module_src_insertModalModel_public_test_ts --> module_src_index_ts
  module_src_insertModalModel_public_test_ts --> module_src_insertModalModel_ts
  module_src_insertModalModel_test_ts --> module_src_index_ts
  module_src_insertModalModel_test_ts --> module_src_insertModalModel_ts
  module_src_insertModalModel_ts --> module_src_index_ts
  module_src_localizationConfig_public_test_ts --> module_src_localizationConfig_ts
  module_src_localizationConfig_test_ts --> module_src_localizationConfig_ts
  module_src_localizationPanelModel_test_ts --> module_src_localizationPanelModel_ts
  module_src_manifestNavigatorPreviewModel_public_test_ts --> module_src_manifestNavigatorPreviewModel_ts
  module_src_manifestNavigatorPreviewModel_test_ts --> module_src_manifestNavigatorPreviewModel_ts
  module_src_manifestNavigatorPreviewModel_ts --> module_src_routeUtils_ts
  module_src_manifestState_public_test_ts --> module_src_index_ts
  module_src_manifestState_public_test_ts --> module_src_manifestState_ts
  module_src_manifestState_routes_test_ts --> module_src_index_ts
  module_src_manifestState_routes_test_ts --> module_src_manifestState_ts
  module_src_manifestState_test_ts --> module_src_index_ts
  module_src_manifestState_test_ts --> module_src_manifestState_ts
  module_src_manifestState_ts --> module_src_index_ts
  module_src_manifestSync_test_ts --> module_src_index_ts
  module_src_manifestSync_test_ts --> module_src_manifestSync_ts
  module_src_manifestSync_ts --> module_src_index_ts
  module_src_projectAuthApi_test_ts --> module_src_projectAuthApi_ts
  module_src_projectAuthApi_ts --> module_src_projectAuthHealth_ts
  module_src_projectAuthApi_ts --> module_src_secretResponseGuard_ts
  module_src_projectAuthHealth_test_ts --> module_src_projectAuthHealth_ts
  module_src_projectAuthHealth_ts --> module_src_authSettings_ts
  module_src_projectIdentity_test_ts --> module_src_projectIdentity_ts
  module_src_projectIdentity_test_ts --> module_src_projectWorkspaceContracts_ts
  module_src_projectIdentity_ts --> module_src_projectWorkspaceContracts_ts
  module_src_projectSecretApi_test_ts --> module_src_projectSecretApi_ts
  module_src_projectSecretApi_ts --> module_src_projectSecretUsage_ts
  module_src_projectSecretApi_ts --> module_src_secretResponseGuard_ts
  module_src_projectSecretUsage_test_ts --> module_src_projectSecretUsage_ts
  module_src_routeUtils_public_test_ts --> module_src_routeUtils_ts
  module_src_routeUtils_test_ts --> module_src_routeUtils_ts
  module_src_runtime_previewRuntimeConfig_ts --> module_src_runtime_actionSuppression_ts
  module_src_runtime_previewRuntimeConfig_ts --> module_src_runtime_previewRegistry_ts
  module_src_runtime_registry_tsx --> module_src_runtime_appExtensionRegistry_ts
  module_src_runtime_useRuntimeAction_ts --> module_src_runtime_runtimeActions_ts
  module_src_runtimeDiagnosticsModel_test_ts --> module_src_runtimeDiagnosticsModel_ts
  module_src_runtimeLocalization_public_test_ts --> module_src_runtimeLocalization_ts
  module_src_runtimeLocalization_test_ts --> module_src_runtimeLocalization_ts
  module_src_secretResponseGuard_test_ts --> module_src_secretResponseGuard_ts
  module_src_studioAdminRouteModel_test_ts --> module_src_studioAdminRouteModel_ts
  module_src_studioAdminRouteModel_ts --> module_src_index_ts
  module_src_studioSelectionModel_knip_test_ts --> module_src_studioSelectionModel_ts
  module_src_studioSelectionModel_test_ts --> module_src_studioSelectionModel_ts
  module_src_ui_admin_AnkhAdminPage_tsx --> module_src_core_StudioContext_ts
  module_src_ui_admin_AnkhAdminPage_tsx --> module_src_index_ts
  module_src_ui_admin_AnkhAdminPage_tsx --> module_src_studioAdminRouteModel_ts
  module_src_ui_admin_AnkhAdminPage_tsx --> module_src_ui_admin_pages_ApisAdminPage_tsx
  module_src_ui_admin_AnkhAdminPage_tsx --> module_src_ui_admin_pages_AuthAdminPage_tsx
  module_src_ui_admin_AnkhAdminPage_tsx --> module_src_ui_admin_pages_OverviewAdminPage_tsx
  module_src_ui_admin_AnkhAdminPage_tsx --> module_src_ui_admin_pages_PropertiesAdminPage_tsx
  module_src_ui_admin_AnkhAdminPage_tsx --> module_src_ui_admin_pages_SecretsAdminPage_tsx
  module_src_ui_admin_AnkhAdminPage_tsx --> module_src_ui_admin_pages_ThemeAdminPage_tsx
  module_src_ui_admin_AnkhAdminShell_tsx --> module_src_core_StudioContext_ts
  module_src_ui_admin_AnkhAdminShell_tsx --> module_src_index_ts
  module_src_ui_admin_AnkhAdminShell_tsx --> module_src_studioAdminRouteModel_ts
  module_src_ui_admin_AuthAdminSession_tsx --> module_src_ui_admin_pages_adminAuthCredentialFlow_ts
  module_src_ui_admin_AuthAdminSession_tsx --> module_src_ui_admin_pages_adminAuthSessionModel_ts
  module_src_ui_admin_pages_adminAuthCredentialFlow_test_ts --> module_src_authSettings_ts
  module_src_ui_admin_pages_adminAuthCredentialFlow_test_ts --> module_src_ui_admin_pages_adminAuthCredentialFlow_ts
  module_src_ui_admin_pages_adminAuthCredentialFlow_ts --> module_src_authSettings_ts
  module_src_ui_admin_pages_adminAuthHealthFlow_test_ts --> module_src_projectAuthHealth_ts
  module_src_ui_admin_pages_adminAuthHealthFlow_test_ts --> module_src_ui_admin_pages_adminAuthHealthFlow_ts
  module_src_ui_admin_pages_adminAuthHealthFlow_ts --> module_src_projectAuthHealth_ts
  module_src_ui_admin_pages_adminAuthSessionModel_test_ts --> module_src_authSettings_ts
  module_src_ui_admin_pages_adminAuthSessionModel_test_ts --> module_src_ui_admin_pages_adminAuthCredentialFlow_ts
  module_src_ui_admin_pages_adminAuthSessionModel_test_ts --> module_src_ui_admin_pages_adminAuthSessionModel_ts
  module_src_ui_admin_pages_adminAuthSessionModel_ts --> module_src_authSettings_ts
  module_src_ui_admin_pages_adminAuthSessionModel_ts --> module_src_ui_admin_pages_adminAuthCredentialFlow_ts
  module_src_ui_admin_pages_adminDataSourceOperations_ts --> module_src_ui_admin_adminPageUtils_ts
  module_src_ui_admin_pages_adminThemeModel_test_ts --> module_src_ui_admin_pages_adminThemeModel_ts
  module_src_ui_admin_pages_adminThemeModel_ts --> module_src_index_ts
  module_src_ui_admin_pages_ApisAdminPage_test_ts --> module_src_ui_admin_pages_adminDataSourceOperations_ts
  module_src_ui_admin_pages_ApisAdminPage_tsx --> module_src_core_StudioContext_ts
  module_src_ui_admin_pages_ApisAdminPage_tsx --> module_src_index_ts
  module_src_ui_admin_pages_ApisAdminPage_tsx --> module_src_ui_admin_adminPagePrimitives_tsx
  module_src_ui_admin_pages_ApisAdminPage_tsx --> module_src_ui_admin_adminPageUtils_ts
  module_src_ui_admin_pages_ApisAdminPage_tsx --> module_src_ui_admin_pages_adminDataSourceOperations_ts
  module_src_ui_admin_pages_AuthAdminPage_tsx --> module_src_authSettings_ts
  module_src_ui_admin_pages_AuthAdminPage_tsx --> module_src_core_StudioContext_ts
  module_src_ui_admin_pages_AuthAdminPage_tsx --> module_src_index_ts
  module_src_ui_admin_pages_AuthAdminPage_tsx --> module_src_projectAuthApi_ts
  module_src_ui_admin_pages_AuthAdminPage_tsx --> module_src_projectAuthHealth_ts
  module_src_ui_admin_pages_AuthAdminPage_tsx --> module_src_projectSecretApi_ts
  module_src_ui_admin_pages_AuthAdminPage_tsx --> module_src_ui_admin_AuthAdminSession_tsx
  module_src_ui_admin_pages_AuthAdminPage_tsx --> module_src_ui_admin_pages_adminAuthCredentialFlow_ts
  module_src_ui_admin_pages_AuthAdminPage_tsx --> module_src_ui_admin_pages_adminAuthHealthFlow_ts
  module_src_ui_admin_pages_AuthAdminPage_tsx --> module_src_ui_admin_pages_adminAuthSessionModel_ts
  module_src_ui_admin_pages_OverviewAdminPage_tsx --> module_src_core_StudioContext_ts
  module_src_ui_admin_pages_OverviewAdminPage_tsx --> module_src_ui_admin_adminPagePrimitives_tsx
  module_src_ui_admin_pages_PropertiesAdminPage_tsx --> module_src_core_StudioContext_ts
  module_src_ui_admin_pages_PropertiesAdminPage_tsx --> module_src_manifestState_ts
  module_src_ui_admin_pages_PropertiesAdminPage_tsx --> module_src_ui_admin_adminPagePrimitives_tsx
  module_src_ui_admin_pages_PropertiesAdminPage_tsx --> module_src_ui_admin_adminPageUtils_ts
  module_src_ui_admin_pages_SecretsAdminPage_tsx --> module_src_projectSecretApi_ts
  module_src_ui_admin_pages_SecretsAdminPage_tsx --> module_src_projectSecretUsage_ts
  module_src_ui_admin_pages_SecretsAdminPage_tsx --> module_src_ui_admin_AuthAdminSession_tsx
  module_src_ui_admin_pages_SecretsAdminPage_tsx --> module_src_ui_admin_pages_adminAuthSessionModel_ts
  module_src_ui_admin_pages_ThemeAdminPage_test_ts --> module_src_ui_admin_pages_adminThemeHarmony_ts
  module_src_ui_admin_pages_ThemeAdminPage_tsx --> module_src_core_StudioContext_ts
  module_src_ui_admin_pages_ThemeAdminPage_tsx --> module_src_index_ts
  module_src_ui_admin_pages_ThemeAdminPage_tsx --> module_src_ui_admin_adminPagePrimitives_tsx
  module_src_ui_admin_pages_ThemeAdminPage_tsx --> module_src_ui_admin_pages_adminThemeHarmony_ts
  module_src_ui_admin_pages_ThemeAdminPage_tsx --> module_src_ui_admin_pages_adminThemeModel_ts
  module_src_ui_AnkhStudio_ts --> module_src_core_StudioContext_ts
  module_src_ui_useStudioAppBarAugmentation_ts --> module_src_core_StudioContext_ts
  module_src_ui_useStudioAppBarAugmentation_ts --> module_src_studioAdminRouteModel_ts
  module_src_utils_treeUtils_ts --> module_src_index_ts
  module_src_workspacePlatform_test_ts --> module_src_workspacePlatform_ts
  module_src_workspaceSearch_ts --> module_src_projectWorkspaceContracts_ts
  module_src_workspaceSearch_ts --> module_src_templateCatalogContracts_ts
